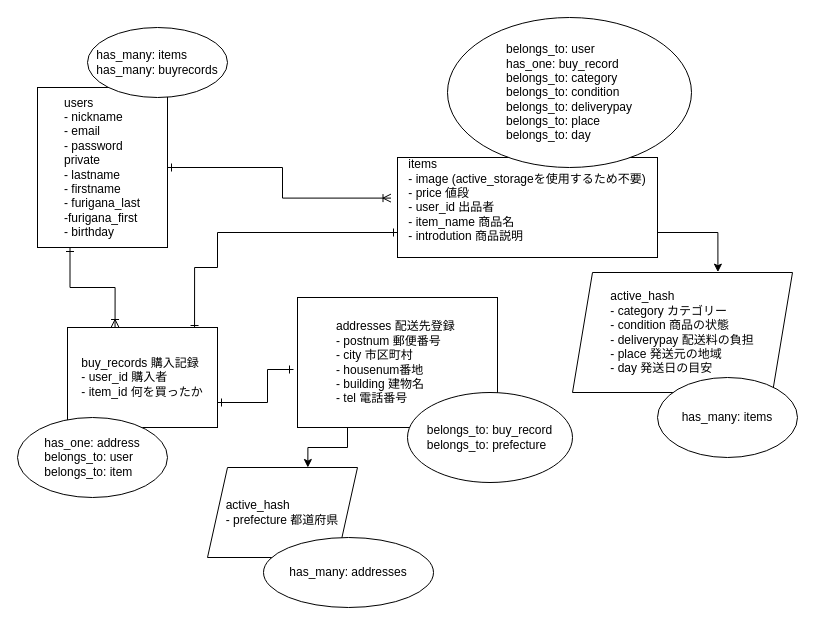
Above: furima.dio in okan08/furima-28625 (draw.io), before the change. Source tidied: cells renumbered, new cells numbered last; positions are measured from the earlier drawing's top-left corner, leaving out a move shared by most shapes. Both pictures are drawn from the tidied source at 100%, with x=0, y=0 at pixel (17, 17).
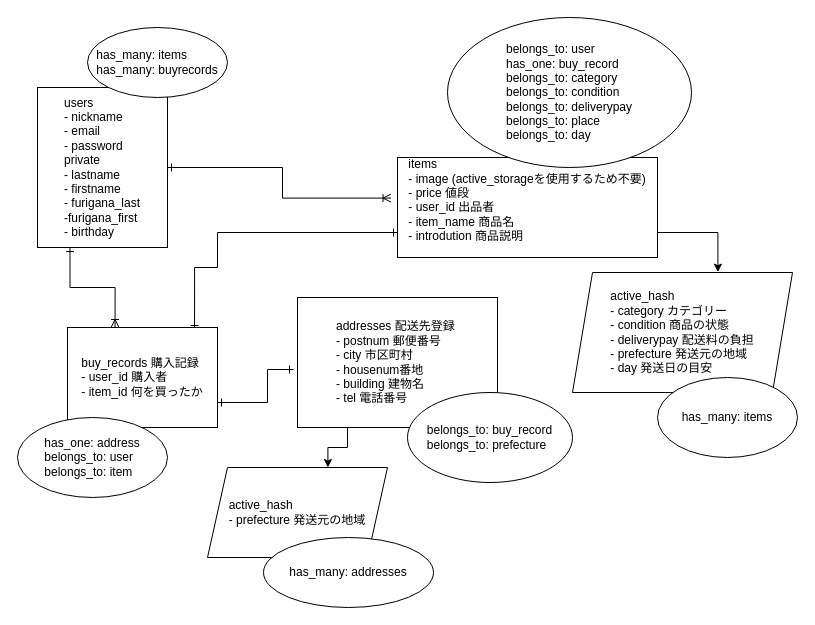
Above is the later version.

Commit message (it also covers changes not shown here):
テーブル設計修正５

The edit, as a diff of the source:
```diff
@@
-    <mxCell id="16" value="&lt;div style=&quot;text-align: justify&quot;&gt;&lt;span&gt;active_hash&lt;/span&gt;&lt;/div&gt;&lt;span&gt;&lt;div style=&quot;text-align: justify&quot;&gt;&lt;span&gt;- prefecture 都道府県&lt;/span&gt;&lt;/div&gt;&lt;/span&gt;" style="shape=parallelogram;perimeter=parallelogramPerimeter;whiteSpace=wrap;html=1;fixedSize=1;align=center;" parent="1" vertex="1">
-      <mxGeometry x="190" y="450" width="150" height="90" as="geometry" />
+    <mxCell id="16" value="&lt;div style=&quot;text-align: justify&quot;&gt;&lt;span&gt;active_hash&lt;/span&gt;&lt;/div&gt;&lt;span&gt;&lt;div style=&quot;text-align: justify&quot;&gt;&lt;span&gt;- prefecture 発送元の地域&lt;/span&gt;&lt;/div&gt;&lt;/span&gt;" style="shape=parallelogram;perimeter=parallelogramPerimeter;whiteSpace=wrap;html=1;fixedSize=1;align=center;" parent="1" vertex="1">
+      <mxGeometry x="190" y="450" width="180" height="90" as="geometry" />
     </mxCell>
-    <mxCell id="17" value="&lt;div style=&quot;text-align: justify&quot;&gt;&lt;span&gt;active_hash&lt;/span&gt;&lt;/div&gt;&lt;div style=&quot;text-align: justify&quot;&gt;- category カテゴリー&lt;/div&gt;&lt;div style=&quot;text-align: justify&quot;&gt;- condition 商品の状態&lt;/div&gt;&lt;div style=&quot;text-align: justify&quot;&gt;- deliverypay 配送料の負担&lt;/div&gt;&lt;div style=&quot;text-align: justify&quot;&gt;- place 発送元の地域&lt;/div&gt;&lt;div style=&quot;text-align: justify&quot;&gt;- day 発送日の目安&lt;/div&gt;" style="shape=parallelogram;perimeter=parallelogramPerimeter;whiteSpace=wrap;html=1;fixedSize=1;" parent="1" vertex="1">
+    <mxCell id="17" value="&lt;div style=&quot;text-align: justify&quot;&gt;&lt;span&gt;active_hash&lt;/span&gt;&lt;/div&gt;&lt;div style=&quot;text-align: justify&quot;&gt;- category カテゴリー&lt;/div&gt;&lt;div style=&quot;text-align: justify&quot;&gt;- condition 商品の状態&lt;/div&gt;&lt;div style=&quot;text-align: justify&quot;&gt;- deliverypay 配送料の負担&lt;/div&gt;&lt;div style=&quot;text-align: justify&quot;&gt;- prefecture 発送元の地域&lt;/div&gt;&lt;div style=&quot;text-align: justify&quot;&gt;- day 発送日の目安&lt;/div&gt;" style="shape=parallelogram;perimeter=parallelogramPerimeter;whiteSpace=wrap;html=1;fixedSize=1;" parent="1" vertex="1">
       <mxGeometry x="555" y="255" width="220" height="120" as="geometry" />
     </mxCell>
```
